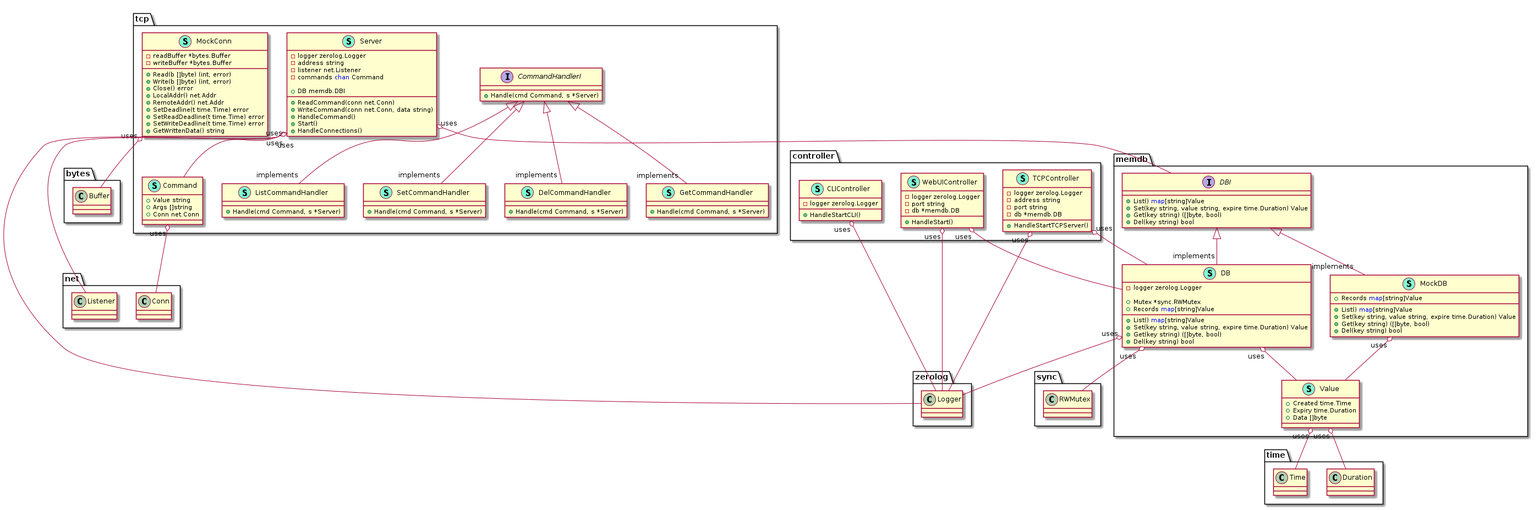
Earlier version of the PlantUML export serverClassDiagram.png (gijsdb/go-mem-db).
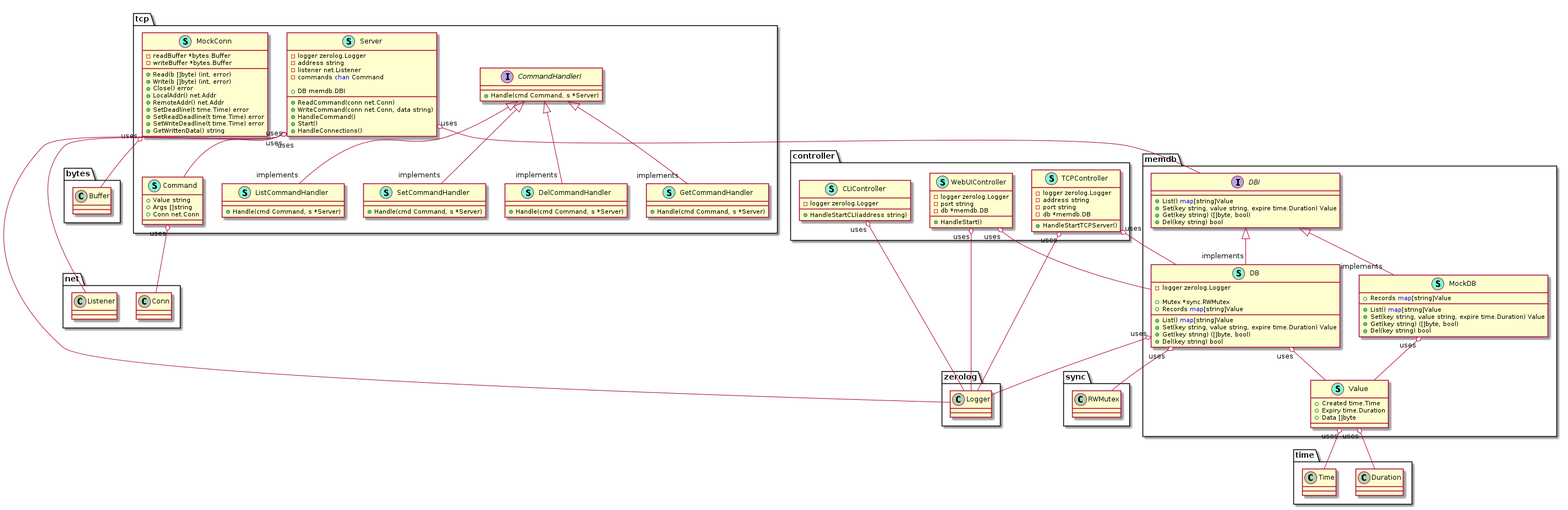
Above is the later version.

The edit, as a diff of the source:
```diff
@@ -3,7 +3,7 @@
     class CLIController << (S,Aquamarine) >> {
         - logger zerolog.Logger
 
-        + HandleStartCLI()
+        + HandleStartCLI(address string)
 
     }
     class TCPController << (S,Aquamarine) >> {
```
